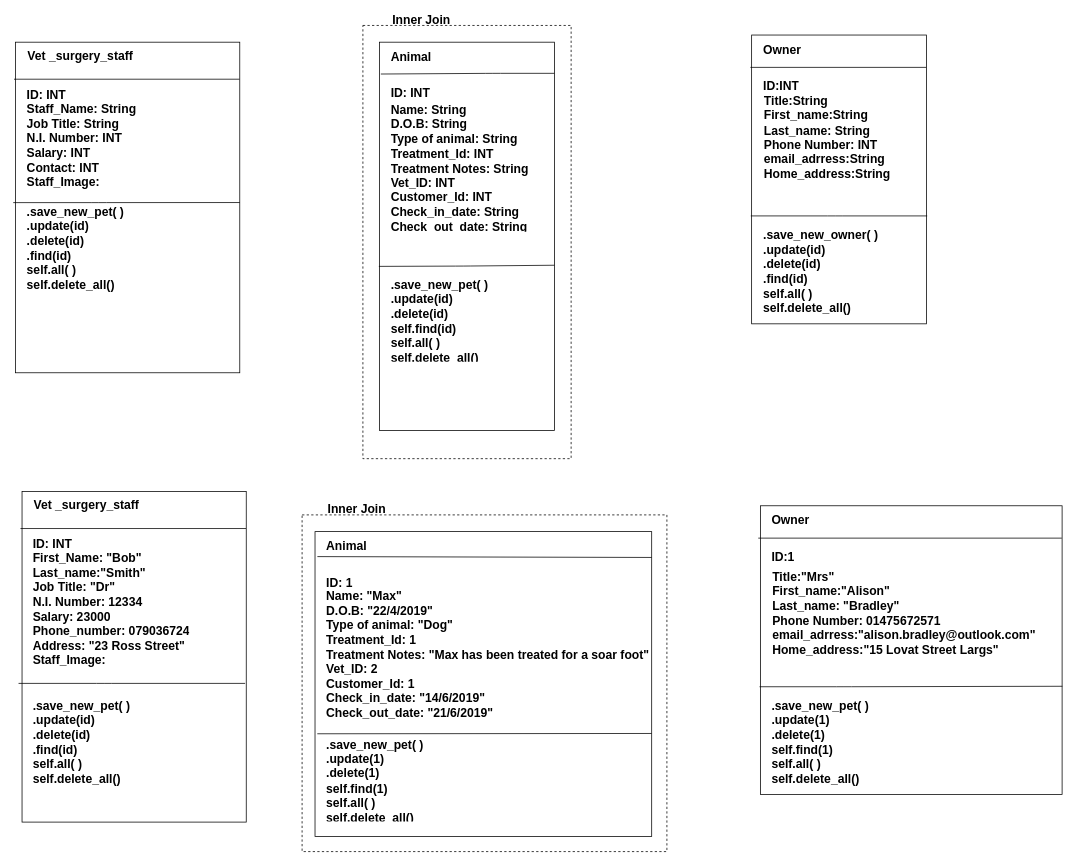
Before: Object_Diagram.drawio in brad90/Week4_Project_Vet_Surgery, a draw.io diagram. Source tidied: cells renumbered, new cells numbered last; positions are measured from the earlier drawing's top-left corner, leaving out a move shared by most shapes. Both pictures are drawn from the tidied source at 76%, with x=0, y=0 at pixel (13, 20).
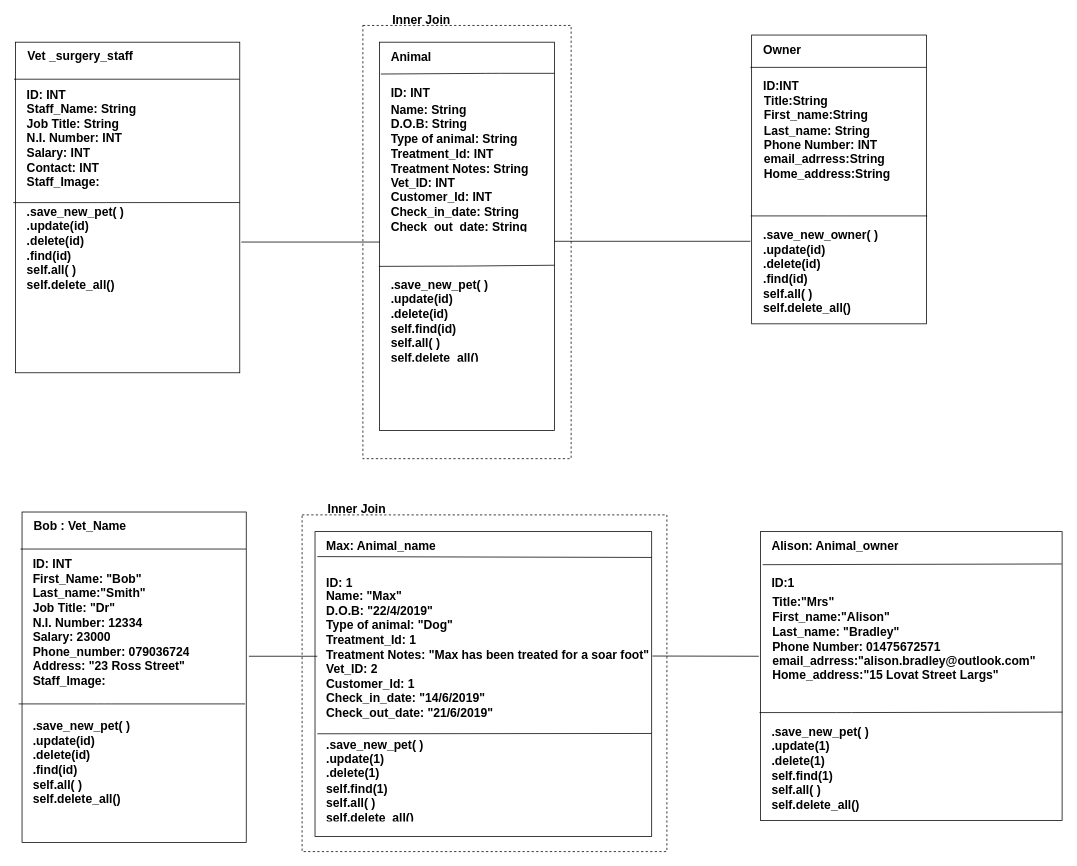
After the change.

What changed in the source:
```diff
@@
-    <mxCell id="13" value="&lt;b&gt;&lt;font style=&quot;font-size: 16px&quot;&gt;Animal&lt;/font&gt;&lt;/b&gt;" style="text;html=1;strokeColor=none;fillColor=none;spacing=5;spacingTop=-20;whiteSpace=wrap;overflow=hidden;rounded=0;fontSize=12;" parent="1" vertex="1">
+    <mxCell id="13" value="&lt;font size=&quot;3&quot;&gt;&lt;b&gt;Max: Animal_name&lt;/b&gt;&lt;/font&gt;" style="text;html=1;strokeColor=none;fillColor=none;spacing=5;spacingTop=-20;whiteSpace=wrap;overflow=hidden;rounded=0;fontSize=12;" parent="1" vertex="1">
       <mxGeometry x="407" y="692.6" width="190" height="10" as="geometry" />
     </mxCell>
@@
     <mxCell id="27" style="rounded=0;whiteSpace=wrap;html=1;fontSize=22;" parent="1" vertex="1">
-      <mxGeometry x="11.5" y="620.2" width="295" height="435" as="geometry" />
+      <mxGeometry x="11.5" y="647.2" width="295" height="435" as="geometry" />
     </mxCell>
-    <mxCell id="28" value="&lt;b&gt;&lt;font style=&quot;font-size: 16px&quot;&gt;Vet _surgery_staff&lt;/font&gt;&lt;/b&gt;" style="text;html=1;strokeColor=none;fillColor=none;spacing=5;spacingTop=-20;whiteSpace=wrap;overflow=hidden;rounded=0;fontSize=12;" parent="1" vertex="1">
-      <mxGeometry x="22" y="639.2" width="190" height="10" as="geometry" />
+    <mxCell id="28" value="&lt;font size=&quot;3&quot;&gt;&lt;b&gt;Bob : Vet_Name&lt;/b&gt;&lt;/font&gt;" style="text;html=1;strokeColor=none;fillColor=none;spacing=5;spacingTop=-20;whiteSpace=wrap;overflow=hidden;rounded=0;fontSize=12;" parent="1" vertex="1">
+      <mxGeometry x="22" y="666.2" width="190" height="10" as="geometry" />
     </mxCell>
     <mxCell id="29" value="&lt;font size=&quot;3&quot;&gt;&lt;b&gt;ID: INT&amp;nbsp;&lt;br&gt;&lt;/b&gt;&lt;/font&gt;" style="text;html=1;strokeColor=none;fillColor=none;spacing=5;spacingTop=-20;whiteSpace=wrap;overflow=hidden;rounded=0;fontSize=12;" parent="1" vertex="1">
-      <mxGeometry x="21" y="690.2" width="190" height="10" as="geometry" />
+      <mxGeometry x="21" y="717.2" width="190" height="10" as="geometry" />
     </mxCell>
     <mxCell id="30" value="&lt;font size=&quot;3&quot;&gt;&lt;b&gt;First_Name: &quot;Bob&quot;&lt;br&gt;Last_name:&quot;Smith&quot;&lt;br&gt;Job&amp;nbsp;Title: &quot;Dr&quot;&lt;br&gt;N.I. Number: 12334&lt;br&gt;Salary: 23000&lt;br&gt;Phone_number: 079036724&lt;br&gt;Address: &quot;23 Ross Street&quot;&lt;br&gt;Staff_Image:&amp;nbsp;&lt;br&gt;&lt;/b&gt;&lt;/font&gt;" style="text;html=1;strokeColor=none;fillColor=none;spacing=5;spacingTop=-20;whiteSpace=wrap;overflow=hidden;rounded=0;fontSize=12;" parent="1" vertex="1">
-      <mxGeometry x="21" y="709" width="249" height="146" as="geometry" />
+      <mxGeometry x="21" y="736" width="249" height="146" as="geometry" />
     </mxCell>
     <mxCell id="31" value="&lt;font size=&quot;3&quot;&gt;&lt;b&gt;.save_new_pet( )&amp;nbsp;&lt;br&gt;.update(id)&lt;br&gt;.delete(id)&amp;nbsp;&lt;br&gt;&lt;/b&gt;&lt;/font&gt;&lt;b&gt;&lt;font style=&quot;font-size: 16px&quot;&gt;.find(id)&amp;nbsp;&lt;/font&gt;&lt;/b&gt;&lt;font size=&quot;3&quot;&gt;&lt;b&gt;&lt;br&gt;self.all( )&lt;br&gt;self.delete_all()&lt;br&gt;&lt;br&gt;&lt;/b&gt;&lt;/font&gt;" style="text;html=1;strokeColor=none;fillColor=none;spacing=5;spacingTop=-20;whiteSpace=wrap;overflow=hidden;rounded=0;fontSize=12;" parent="1" vertex="1">
-      <mxGeometry x="21" y="903.2" width="284" height="155" as="geometry" />
+      <mxGeometry x="21" y="930.2" width="284" height="155" as="geometry" />
     </mxCell>
     <mxCell id="32" style="endArrow=none;html=1;fontSize=12;exitX=-0.014;exitY=0.555;exitDx=0;exitDy=0;exitPerimeter=0;" parent="1" edge="1">
       <mxGeometry relative="1" as="geometry">
-        <mxPoint x="6.9" y="872.7" as="sourcePoint" />
-        <mxPoint x="305" y="872.7" as="targetPoint" />
+        <mxPoint x="6.9" y="899.7" as="sourcePoint" />
+        <mxPoint x="305" y="899.7" as="targetPoint" />
         <Array as="points">
-          <mxPoint x="119.5" y="872.7" />
+          <mxPoint x="119.5" y="899.7" />
         </Array>
       </mxGeometry>
     </mxCell>
@@
     <mxCell id="41" style="rounded=0;whiteSpace=wrap;html=1;fontSize=22;" parent="1" vertex="1">
-      <mxGeometry x="983" y="639" width="397" height="380" as="geometry" />
+      <mxGeometry x="983" y="673" width="397" height="380" as="geometry" />
     </mxCell>
-    <mxCell id="42" value="&lt;b&gt;&lt;font style=&quot;font-size: 16px&quot;&gt;Owner&amp;nbsp;&lt;/font&gt;&lt;/b&gt;" style="text;html=1;strokeColor=none;fillColor=none;spacing=5;spacingTop=-20;whiteSpace=wrap;overflow=hidden;rounded=0;fontSize=12;" parent="1" vertex="1">
-      <mxGeometry x="993" y="659.1" width="190" height="10" as="geometry" />
+    <mxCell id="42" value="&lt;b&gt;&lt;font style=&quot;font-size: 16px&quot;&gt;Alison: Animal_owner&lt;/font&gt;&lt;/b&gt;" style="text;html=1;strokeColor=none;fillColor=none;spacing=5;spacingTop=-20;whiteSpace=wrap;overflow=hidden;rounded=0;fontSize=12;" parent="1" vertex="1">
+      <mxGeometry x="993" y="693.1" width="190" height="10" as="geometry" />
     </mxCell>
     <mxCell id="43" value="&lt;font size=&quot;3&quot;&gt;&lt;b&gt;ID:1&lt;br&gt;&lt;/b&gt;&lt;/font&gt;" style="text;html=1;strokeColor=none;fillColor=none;spacing=5;spacingTop=-20;whiteSpace=wrap;overflow=hidden;rounded=0;fontSize=12;" parent="1" vertex="1">
-      <mxGeometry x="993" y="707.1" width="190" height="10" as="geometry" />
+      <mxGeometry x="993" y="741.1" width="190" height="10" as="geometry" />
     </mxCell>
     <mxCell id="44" value="&lt;font size=&quot;3&quot;&gt;&lt;b&gt;&lt;br&gt;Title:&quot;Mrs&quot;&lt;br&gt;First_name:&quot;Alison&quot;&lt;br&gt;Last_name: &quot;Bradley&quot;&lt;br&gt;Phone Number: 01475672571&lt;br&gt;email_adrress:&quot;alison.bradley@outlook.com&quot;&lt;br&gt;Home_address:&quot;15 Lovat Street Largs&quot;&lt;br&gt;&lt;/b&gt;&lt;/font&gt;" style="text;html=1;strokeColor=none;fillColor=none;spacing=5;spacingTop=-20;whiteSpace=wrap;overflow=hidden;rounded=0;fontSize=12;" parent="1" vertex="1">
-      <mxGeometry x="994" y="714" width="376" height="156" as="geometry" />
+      <mxGeometry x="994" y="748" width="376" height="156" as="geometry" />
     </mxCell>
     <mxCell id="45" value="&lt;font size=&quot;3&quot;&gt;&lt;b&gt;.save_new_pet( )&amp;nbsp;&lt;br&gt;.update(1)&lt;br&gt;.delete(1)&amp;nbsp;&lt;br&gt;&lt;/b&gt;&lt;/font&gt;&lt;b&gt;&lt;font style=&quot;font-size: 16px&quot;&gt;self.find(1)&amp;nbsp;&lt;/font&gt;&lt;/b&gt;&lt;font size=&quot;3&quot;&gt;&lt;b&gt;&lt;br&gt;self.all( )&lt;br&gt;self.delete_all()&lt;br&gt;&lt;br&gt;&lt;br&gt;&lt;/b&gt;&lt;/font&gt;" style="text;html=1;strokeColor=none;fillColor=none;spacing=5;spacingTop=-20;whiteSpace=wrap;overflow=hidden;rounded=0;fontSize=12;" parent="1" vertex="1">
-      <mxGeometry x="993" y="903.1" width="200" height="112" as="geometry" />
+      <mxGeometry x="993" y="937.1" width="200" height="112" as="geometry" />
     </mxCell>
     <mxCell id="46" style="endArrow=none;html=1;fontSize=12;exitX=-0.007;exitY=0.616;exitDx=0;exitDy=0;exitPerimeter=0;entryX=1.001;entryY=0.625;entryDx=0;entryDy=0;entryPerimeter=0;" parent="1" edge="1" target="41">
       <mxGeometry relative="1" as="geometry">
-        <mxPoint x="981.9" y="877.1" as="sourcePoint" />
+        <mxPoint x="981.9" y="911.1" as="sourcePoint" />
         <Array as="points">
-          <mxPoint x="1093" y="877.1" />
+          <mxPoint x="1093" y="911.1" />
         </Array>
       </mxGeometry>
     </mxCell>
-    <mxCell id="47" style="endArrow=none;html=1;fontSize=12;exitX=-0.007;exitY=0.112;exitDx=0;exitDy=0;exitPerimeter=0;entryX=0.999;entryY=0.112;entryDx=0;entryDy=0;entryPerimeter=0;" parent="1" edge="1" source="41" target="41">
-      <mxGeometry relative="1" as="geometry" />
+    <mxCell id="47" style="endArrow=none;html=1;fontSize=12;entryX=0.999;entryY=0.112;entryDx=0;entryDy=0;entryPerimeter=0;" parent="1" edge="1" target="41">
+      <mxGeometry relative="1" as="geometry">
+        <mxPoint x="986" y="716.5" as="sourcePoint" />
+      </mxGeometry>
     </mxCell>
+    <mxCell id="48" style="endArrow=none;html=1;fontSize=14;endFill=0;" parent="1" edge="1">
+      <mxGeometry relative="1" as="geometry">
+        <mxPoint x="300" y="292" as="sourcePoint" />
+        <mxPoint x="482" y="292" as="targetPoint" />
+      </mxGeometry>
+    </mxCell>
+    <mxCell id="49" style="endArrow=none;html=1;fontSize=14;endFill=0;" parent="1" edge="1">
+      <mxGeometry relative="1" as="geometry">
+        <mxPoint x="712" y="291" as="sourcePoint" />
+        <mxPoint x="970" y="291" as="targetPoint" />
+      </mxGeometry>
+    </mxCell>
+    <mxCell id="50" style="endArrow=none;html=1;fontSize=14;endFill=0;" parent="1" edge="1">
+      <mxGeometry relative="1" as="geometry">
+        <mxPoint x="310" y="837" as="sourcePoint" />
+        <mxPoint x="400" y="837" as="targetPoint" />
+      </mxGeometry>
+    </mxCell>
+    <mxCell id="51" style="endArrow=none;html=1;fontSize=14;endFill=0;" parent="1" edge="1">
+      <mxGeometry relative="1" as="geometry">
+        <mxPoint x="841" y="836.7" as="sourcePoint" />
+        <mxPoint x="981" y="837" as="targetPoint" />
+      </mxGeometry>
+    </mxCell>
```
